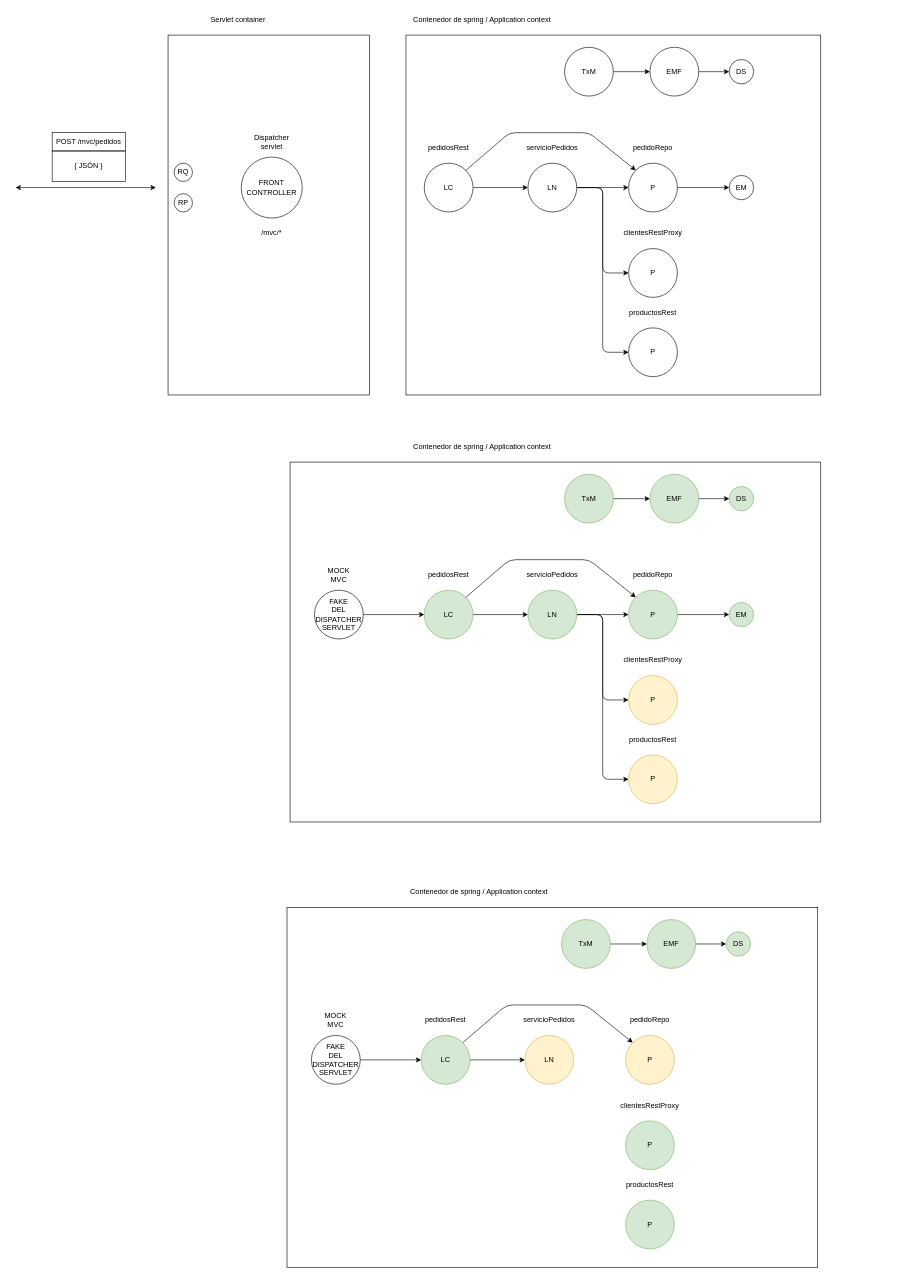
Before: page "Página-9" (10 of 12) of tdd.drawio in lrag/TDD, a draw.io diagram. Source tidied: cells renumbered, new cells numbered last; positions are measured from the earlier drawing's top-left corner, leaving out a move shared by most shapes. Both pictures are drawn from the tidied source at 61%, with x=0, y=0 at pixel (15, 10).
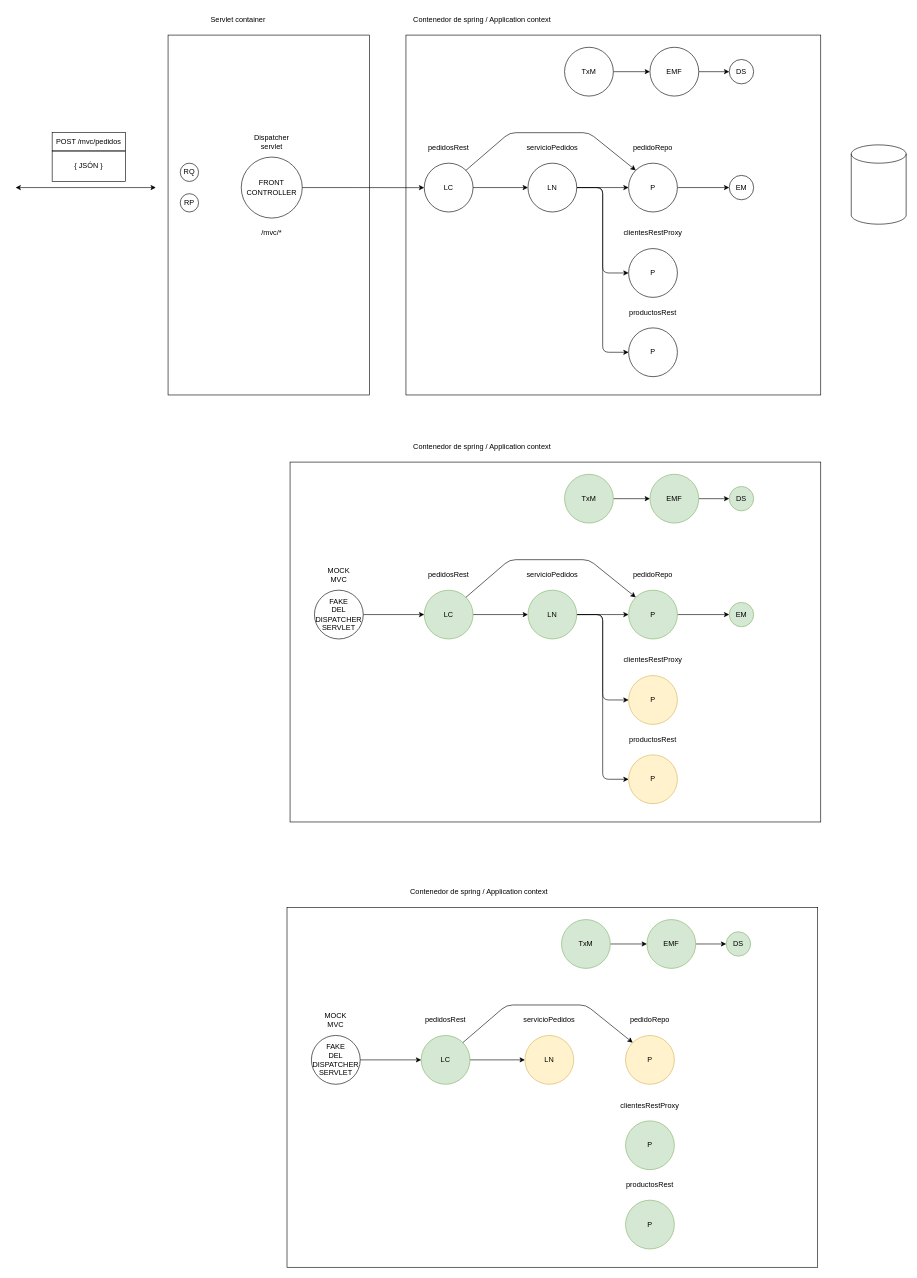
The same page after the edit.

The change refers to these unchanged cells:
```xml
<mxCell id="29" value="FRONT&lt;br&gt;CONTROLLER" style="ellipse;whiteSpace=wrap;html=1;fillColor=none;" parent="1" vertex="1">
  <mxGeometry x="370" y="240" width="100" height="100" as="geometry" />
</mxCell>
```

What changed in the source:
```diff
@@
+    <mxCell id="25" style="rounded=0;whiteSpace=wrap;html=1;fillColor=none;" parent="1" vertex="1">
+      <mxGeometry x="640" y="40" width="680" height="590" as="geometry" />
+    </mxCell>
@@
-    <mxCell id="25" style="rounded=0;whiteSpace=wrap;html=1;fillColor=none;" parent="1" vertex="1">
-      <mxGeometry x="640" y="40" width="680" height="590" as="geometry" />
-    </mxCell>
@@
+    <mxCell id="85" style="edgeStyle=orthogonalEdgeStyle;rounded=0;jettySize=auto;html=1;entryX=0.044;entryY=0.424;entryDx=0;entryDy=0;entryPerimeter=0;" parent="1" edge="1" source="29" target="25">
+      <mxGeometry relative="1" as="geometry" />
+    </mxCell>
@@
     <mxCell id="35" value="RQ" style="ellipse;whiteSpace=wrap;html=1;fillColor=none;" parent="1" vertex="1">
-      <mxGeometry x="260" y="250" width="30" height="30" as="geometry" />
+      <mxGeometry x="270" y="250" width="30" height="30" as="geometry" />
     </mxCell>
     <mxCell id="36" value="RP" style="ellipse;whiteSpace=wrap;html=1;fillColor=none;" parent="1" vertex="1">
-      <mxGeometry x="260" y="300" width="30" height="30" as="geometry" />
+      <mxGeometry x="270" y="300" width="30" height="30" as="geometry" />
     </mxCell>
@@
+    <mxCell id="86" style="shape=cylinder3;whiteSpace=wrap;html=1;boundedLbl=1;backgroundOutline=1;size=15;" parent="1" vertex="1">
+      <mxGeometry x="1370" y="220" width="90" height="130" as="geometry" />
+    </mxCell>
```
